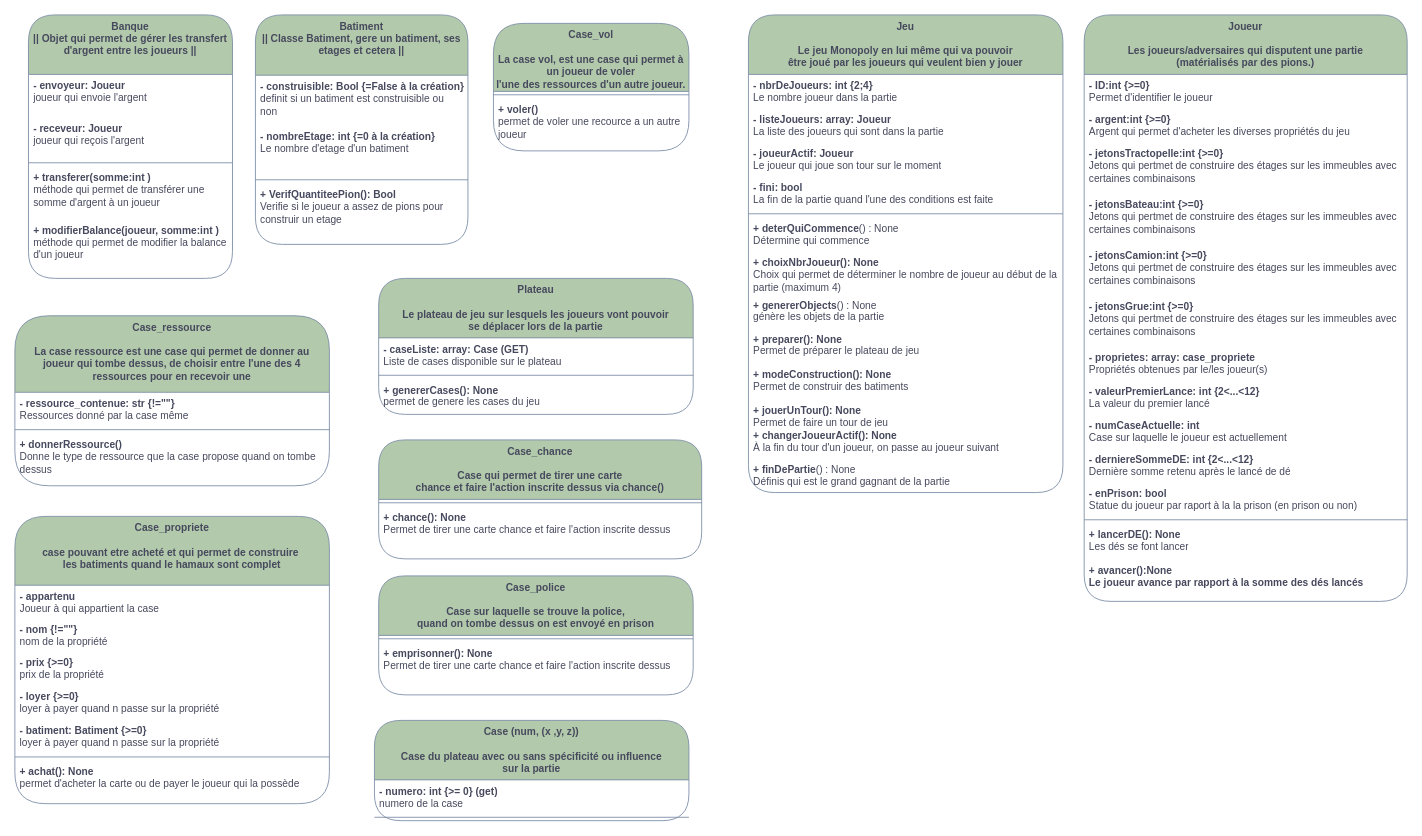
Above: page "Classes détaillées" (4 of 5) of B__Analyse/DiagrameDesClasses.drawio in gazhonsepaskwa/builder (draw.io), before the change. Source tidied: cells renumbered, new cells numbered last; positions are measured from the earlier drawing's top-left corner, leaving out a move shared by most shapes. Both pictures are drawn from the tidied source at 85%, with x=0, y=0 at pixel (14, 14).
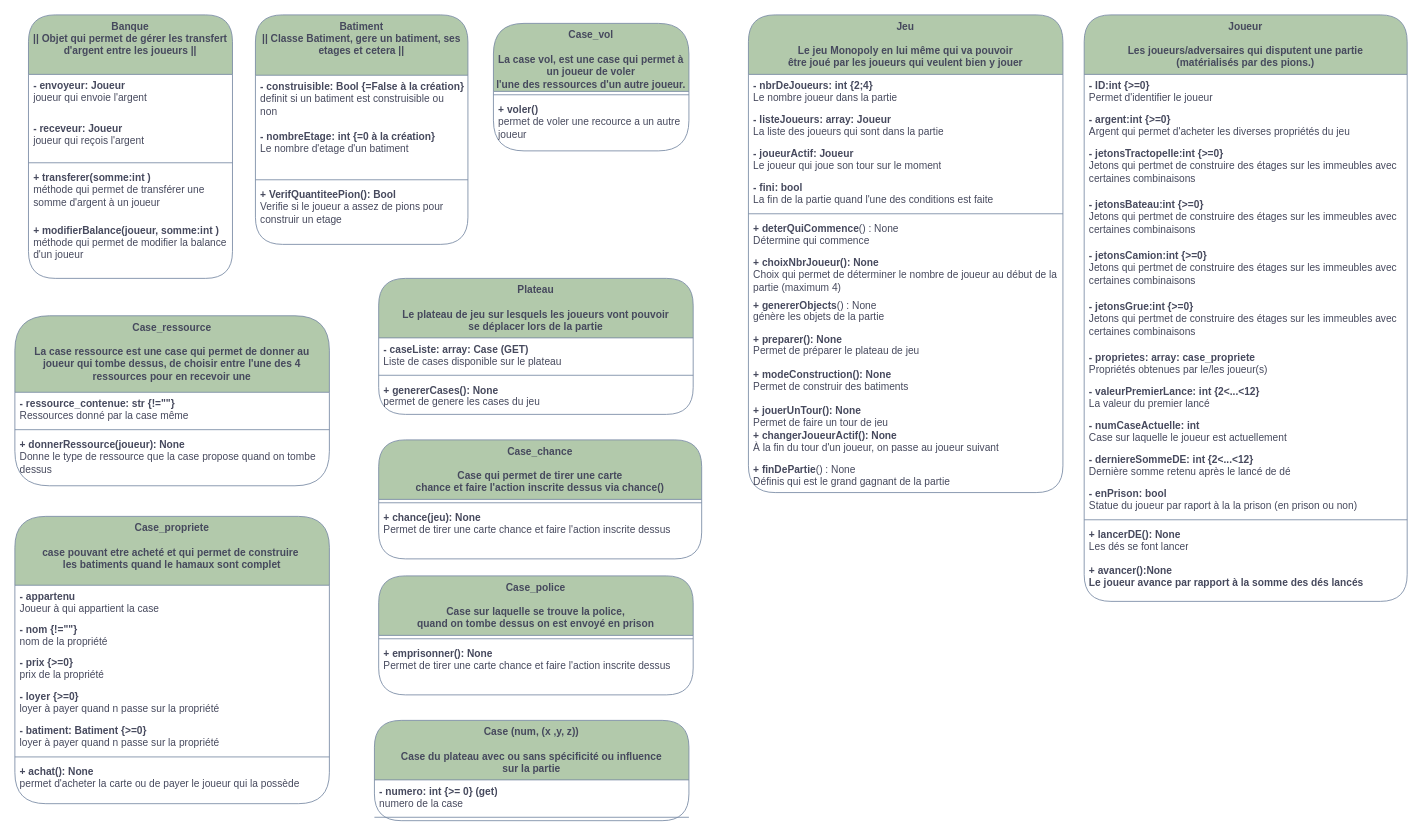
The same diagram, later.

Commit message:
mini push car il manquait quelques petits trucs

The change refers to these unchanged cells:
```xml
<mxCell id="13" value="Case_ressource&lt;br&gt;&lt;br&gt;&lt;div&gt;La case ressource est une case qui permet de donner au&lt;/div&gt;&lt;div&gt;joueur qui tombe dessus, de choisir entre l'une des 4 ressources pour&amp;nbsp;&lt;span style=&quot;background-color: initial;&quot;&gt;en recevoir une&lt;/span&gt;&lt;/div&gt;" style="swimlane;fontStyle=1;align=center;verticalAlign=top;horizontal=1;startSize=90;whiteSpace=wrap;html=1;labelBackgroundColor=none;fillColor=#B2C9AB;strokeColor=#788AA3;fontColor=#46495D;rounded=1;" parent="1" vertex="1">
  <mxGeometry y="354" width="370" height="200" as="geometry" />
</mxCell>
<mxCell id="64" value="&lt;div&gt;Case_chance&lt;/div&gt;&lt;div&gt;&lt;br&gt;&lt;/div&gt;&lt;div&gt;Case qui permet de tirer une carte&lt;br&gt;chance et faire l'action inscrite dessus via chance()&lt;br&gt;&lt;/div&gt;&lt;div&gt;&lt;br&gt;&lt;/div&gt;" style="swimlane;fontStyle=1;align=center;verticalAlign=top;horizontal=1;startSize=70;whiteSpace=wrap;html=1;labelBackgroundColor=none;fillColor=#B2C9AB;strokeColor=#788AA3;fontColor=#46495D;rounded=1;" parent="1" vertex="1">
  <mxGeometry x="428" y="500" width="380" height="140" as="geometry" />
</mxCell>
```

What changed in the source:
```diff
@@
-    <mxCell id="16" value="&lt;div&gt;&lt;b&gt;+ donnerRessource()&lt;/b&gt;&lt;/div&gt;&lt;div&gt;Donne le type de ressource que la case propose quand on tombe dessus&lt;/div&gt;" style="text;strokeColor=none;fillColor=none;align=left;verticalAlign=top;spacingLeft=4;spacingRight=4;overflow=hidden;whiteSpace=wrap;html=1;labelBackgroundColor=none;fontColor=#46495D;rounded=1;" parent="13" vertex="1">
+    <mxCell id="16" value="&lt;div&gt;&lt;b&gt;+ donnerRessource(joueur): None&lt;/b&gt;&lt;/div&gt;&lt;div&gt;Donne le type de ressource que la case propose quand on tombe dessus&lt;/div&gt;" style="text;strokeColor=none;fillColor=none;align=left;verticalAlign=top;spacingLeft=4;spacingRight=4;overflow=hidden;whiteSpace=wrap;html=1;labelBackgroundColor=none;fontColor=#46495D;rounded=1;" parent="13" vertex="1">
       <mxGeometry y="138" width="370" height="62" as="geometry" />
     </mxCell>
@@
-    <mxCell id="66" value="&lt;div&gt;&lt;b&gt;+ chance(): None&lt;br&gt;&lt;/b&gt;&lt;/div&gt;&lt;div&gt;Permet de tirer une carte chance et faire l'action inscrite dessus&lt;/div&gt;" style="text;strokeColor=none;fillColor=none;align=left;verticalAlign=top;spacingLeft=4;spacingRight=4;overflow=hidden;whiteSpace=wrap;html=1;labelBackgroundColor=none;fontColor=#46495D;rounded=1;" parent="64" vertex="1">
+    <mxCell id="66" value="&lt;div&gt;&lt;b&gt;+ chance(jeu): None&lt;br&gt;&lt;/b&gt;&lt;/div&gt;&lt;div&gt;Permet de tirer une carte chance et faire l'action inscrite dessus&lt;/div&gt;" style="text;strokeColor=none;fillColor=none;align=left;verticalAlign=top;spacingLeft=4;spacingRight=4;overflow=hidden;whiteSpace=wrap;html=1;labelBackgroundColor=none;fontColor=#46495D;rounded=1;" parent="64" vertex="1">
       <mxGeometry y="78" width="380" height="62" as="geometry" />
     </mxCell>
```
